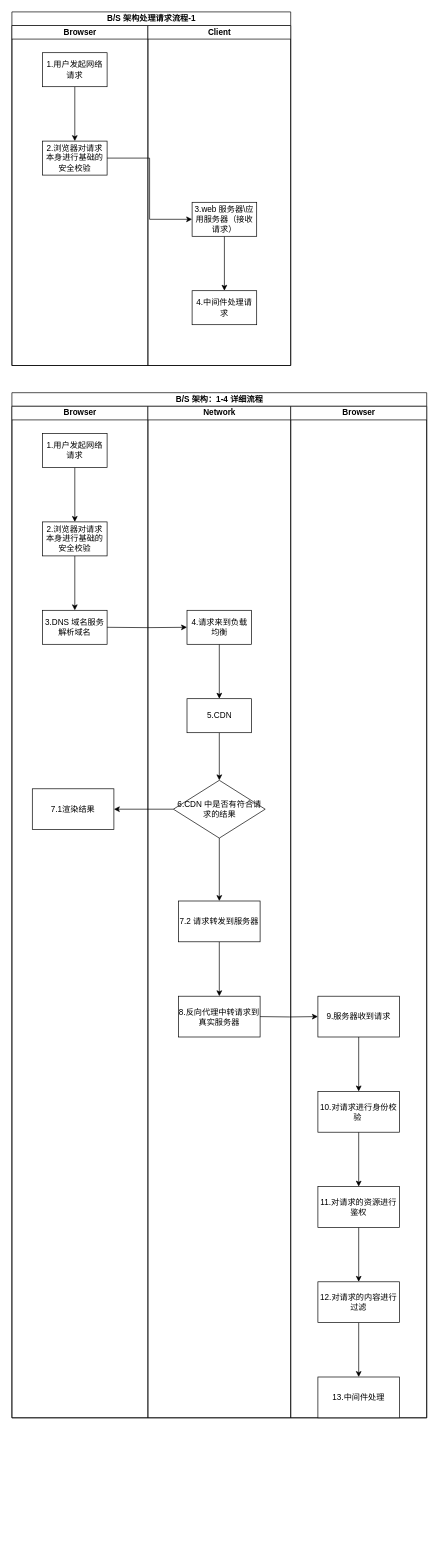
Earlier version of the draw.io diagram BS 架构 1-4 流程.drawio (viki2333/viki). Source tidied: cells renumbered, new cells numbered last; positions are measured from the earlier drawing's top-left corner, leaving out a move shared by most shapes. Both pictures are drawn from the tidied source at 68%, with x=0, y=0 at pixel (12, 12).
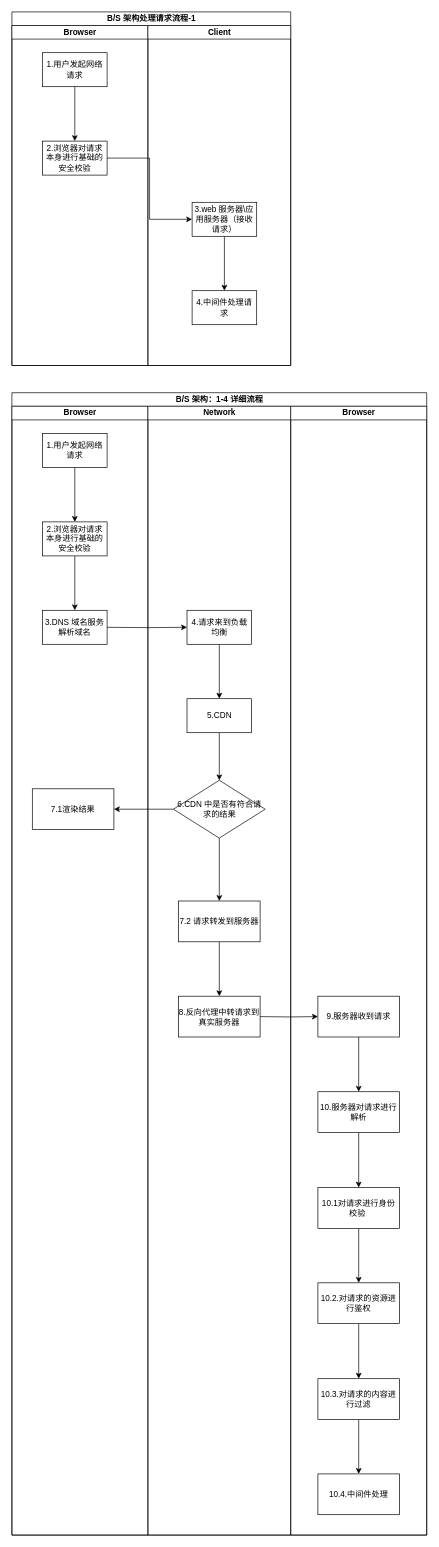
The same diagram, later.

Commit message (it also covers changes not shown here):
更新BS 架构 1-4 流程.drawio

The change refers to these unchanged cells:
```xml
<mxCell id="34" value="9.服务器收到请求" style="whiteSpace=wrap;html=1;rounded=0;" parent="32" vertex="1">
  <mxGeometry x="40" y="867.5" width="120" height="60" as="geometry" />
</mxCell>
```

Change to the diagram source:
```diff
@@
     <mxCell id="12" value="B/S 架构：1-4 详细流程" style="swimlane;startSize=20;html=1;" parent="1" vertex="1">
-      <mxGeometry y="560" width="610" height="1507.5" as="geometry" />
+      <mxGeometry y="560" width="610" height="1680" as="geometry" />
     </mxCell>
     <mxCell id="13" value="Browser" style="swimlane;startSize=20;html=1;" parent="12" vertex="1">
-      <mxGeometry y="20" width="200" height="1487.5" as="geometry" />
+      <mxGeometry y="20" width="200" height="1660" as="geometry" />
     </mxCell>
@@
     <mxCell id="22" value="Network" style="swimlane;startSize=20;html=1;" parent="12" vertex="1">
-      <mxGeometry x="200" y="20" width="210" height="1487.5" as="geometry" />
+      <mxGeometry x="200" y="20" width="210" height="1660" as="geometry" />
     </mxCell>
@@
     <mxCell id="32" value="Browser" style="swimlane;startSize=20;html=1;" parent="12" vertex="1">
-      <mxGeometry x="410" y="20" width="200" height="1487.5" as="geometry" />
+      <mxGeometry x="410" y="20" width="200" height="1660" as="geometry" />
     </mxCell>
-    <mxCell id="33" style="edgeStyle=orthogonalEdgeStyle;rounded=0;jettySize=auto;html=1;" parent="32" edge="1" source="34" target="36">
-      <mxGeometry relative="1" as="geometry" />
-    </mxCell>
+    <mxCell id="43" style="edgeStyle=orthogonalEdgeStyle;rounded=0;jettySize=auto;html=1;" parent="32" edge="1" source="34" target="45">
+      <mxGeometry relative="1" as="geometry" />
+    </mxCell>
@@
-    <mxCell id="36" value="10.对请求进行身份校验&amp;nbsp;" style="whiteSpace=wrap;html=1;rounded=0;" parent="32" vertex="1">
-      <mxGeometry x="40" y="1007.5" width="120" height="60" as="geometry" />
+    <mxCell id="36" value="10.1对请求进行身份校验&amp;nbsp;" style="whiteSpace=wrap;html=1;rounded=0;" parent="32" vertex="1">
+      <mxGeometry x="40" y="1149" width="120" height="60" as="geometry" />
     </mxCell>
@@
-    <mxCell id="38" value="11.对请求的资源进行鉴权" style="whiteSpace=wrap;html=1;rounded=0;" parent="32" vertex="1">
-      <mxGeometry x="40" y="1147.5" width="120" height="60" as="geometry" />
+    <mxCell id="38" value="10.2.对请求的资源进行鉴权" style="whiteSpace=wrap;html=1;rounded=0;" parent="32" vertex="1">
+      <mxGeometry x="40" y="1289" width="120" height="60" as="geometry" />
     </mxCell>
@@
-    <mxCell id="40" value="12.对请求的内容进行过滤" style="whiteSpace=wrap;html=1;rounded=0;" parent="32" vertex="1">
-      <mxGeometry x="40" y="1287.5" width="120" height="60" as="geometry" />
+    <mxCell id="40" value="10.3.对请求的内容进行过滤" style="whiteSpace=wrap;html=1;rounded=0;" parent="32" vertex="1">
+      <mxGeometry x="40" y="1430" width="120" height="60" as="geometry" />
     </mxCell>
-    <mxCell id="41" value="13.中间件处理" style="whiteSpace=wrap;html=1;rounded=0;" parent="32" vertex="1">
-      <mxGeometry x="40" y="1427.5" width="120" height="60" as="geometry" />
+    <mxCell id="41" value="10.4.中间件处理" style="whiteSpace=wrap;html=1;rounded=0;" parent="32" vertex="1">
+      <mxGeometry x="40" y="1570" width="120" height="60" as="geometry" />
     </mxCell>
+    <mxCell id="44" style="edgeStyle=orthogonalEdgeStyle;rounded=0;jettySize=auto;html=1;" parent="32" edge="1" source="45" target="36">
+      <mxGeometry relative="1" as="geometry" />
+    </mxCell>
+    <mxCell id="45" value="10.服务器对请求进行解析" style="whiteSpace=wrap;html=1;rounded=0;" parent="32" vertex="1">
+      <mxGeometry x="40" y="1008" width="120" height="60" as="geometry" />
+    </mxCell>
```
